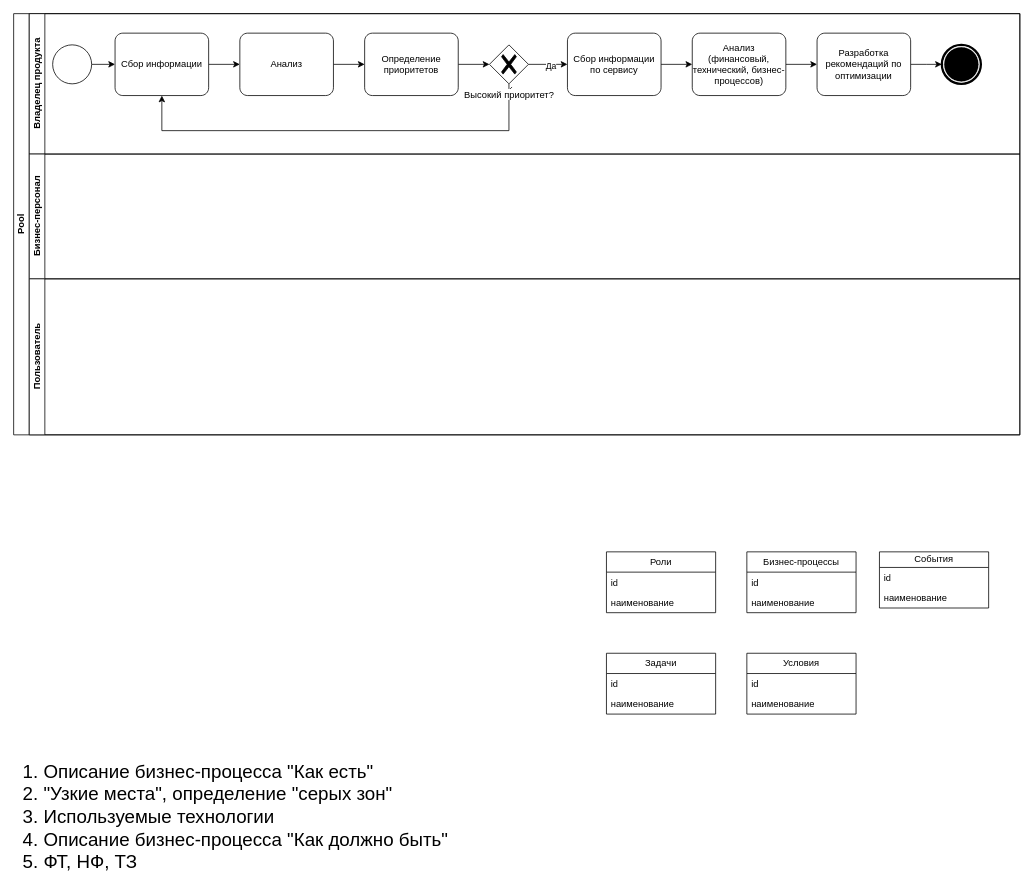
Above: Диаграмма без названия.drawio in jsob/diagrams (draw.io), before the change. Source tidied: cells renumbered, new cells numbered last; positions are measured from the earlier drawing's top-left corner, leaving out a move shared by most shapes. Both pictures are drawn from the tidied source at 78%, with x=0, y=0 at pixel (13, 13).
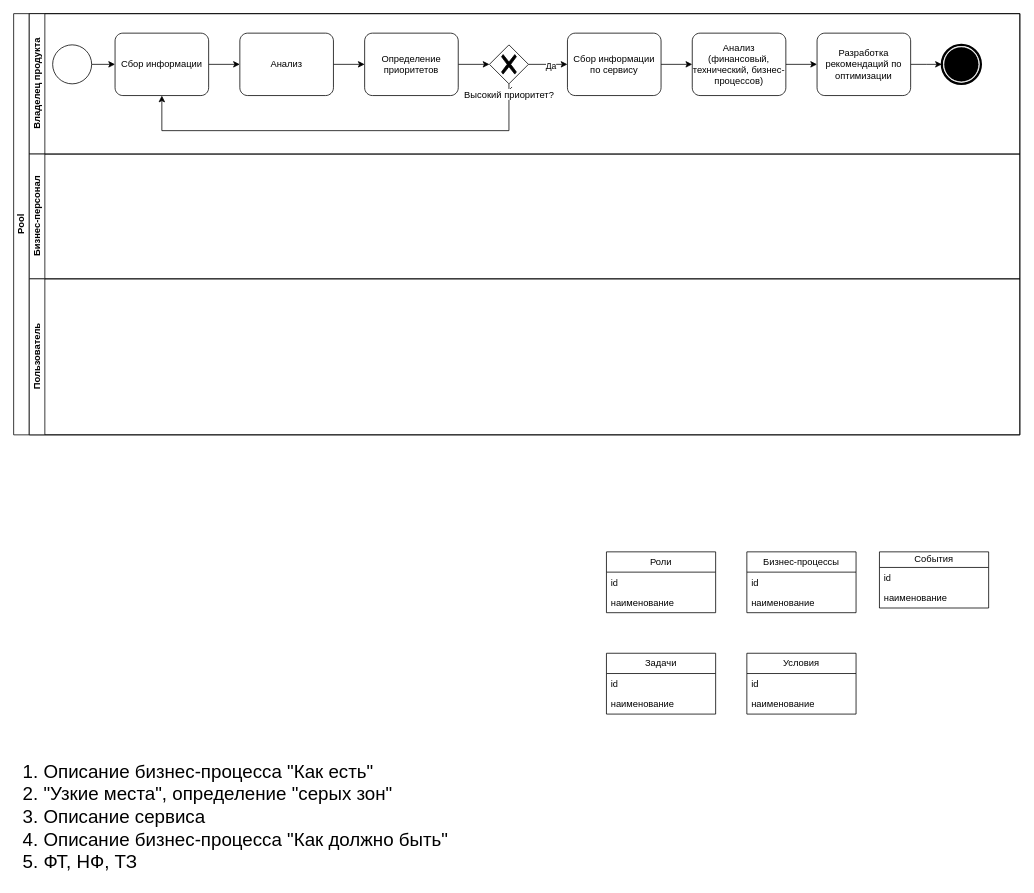
The same diagram, later.

The edit, as a diff of the source:
```diff
@@
-    <mxCell id="25" value="1. Описание бизнес-процесса &quot;Как есть&quot;&lt;br&gt;2. &quot;Узкие места&quot;, определение &quot;серых зон&quot;&lt;br&gt;3. Используемые технологии&lt;br&gt;4. Описание бизнес-процесса &quot;Как должно быть&quot;&lt;br&gt;5. ФТ, НФ, ТЗ" style="text;html=1;strokeColor=none;fillColor=none;align=left;verticalAlign=middle;whiteSpace=wrap;rounded=0;fontSize=24;" parent="1" vertex="1">
+    <mxCell id="25" value="1. Описание бизнес-процесса &quot;Как есть&quot;&lt;br&gt;2. &quot;Узкие места&quot;, определение &quot;серых зон&quot;&lt;br&gt;3. Описание сервиса&lt;br&gt;4. Описание бизнес-процесса &quot;Как должно быть&quot;&lt;br&gt;5. ФТ, НФ, ТЗ" style="text;html=1;strokeColor=none;fillColor=none;align=left;verticalAlign=middle;whiteSpace=wrap;rounded=0;fontSize=24;" parent="1" vertex="1">
       <mxGeometry x="10" y="950" width="580" height="160" as="geometry" />
     </mxCell>
```
